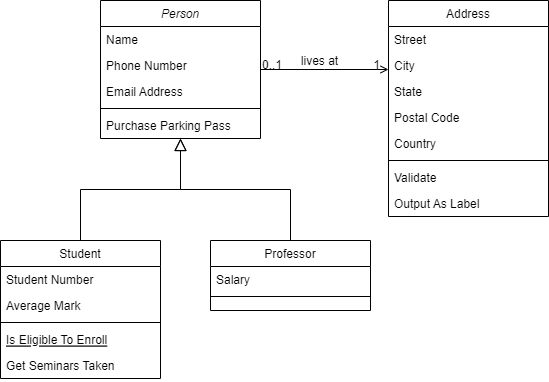
This is WishClassdiagram.png from Fluttendut/WishProject, a draw.io export, as it was before one commit. Source tidied: cells renumbered, new cells last; positions are measured from the earlier drawing's top-left corner, leaving out a move shared by most shapes. The source it was exported from:
```xml
<mxGraphModel>
  <root>
    <mxCell id="0" />
    <mxCell id="1" parent="0" />
    <mxCell id="2" value="Person" style="swimlane;fontStyle=2;align=center;verticalAlign=top;horizontal=1;startSize=26;rounded=0;shadow=0;strokeWidth=1;" parent="1" vertex="1">
      <mxGeometry x="100" width="160" height="138" as="geometry" />
    </mxCell>
    <mxCell id="3" value="Name" style="text;align=left;verticalAlign=top;spacingLeft=4;spacingRight=4;overflow=hidden;" parent="2" vertex="1">
      <mxGeometry y="26" width="160" height="26" as="geometry" />
    </mxCell>
    <mxCell id="4" value="Phone Number" style="text;align=left;verticalAlign=top;spacingLeft=4;spacingRight=4;overflow=hidden;rounded=0;shadow=0;html=0;" parent="2" vertex="1">
      <mxGeometry y="52" width="160" height="26" as="geometry" />
    </mxCell>
    <mxCell id="5" value="Email Address" style="text;align=left;verticalAlign=top;spacingLeft=4;spacingRight=4;overflow=hidden;rounded=0;shadow=0;html=0;" parent="2" vertex="1">
      <mxGeometry y="78" width="160" height="26" as="geometry" />
    </mxCell>
    <mxCell id="6" style="line;html=1;strokeWidth=1;align=left;verticalAlign=middle;spacingTop=-1;spacingLeft=3;spacingRight=3;labelPosition=right;" parent="2" vertex="1">
      <mxGeometry y="104" width="160" height="8" as="geometry" />
    </mxCell>
    <mxCell id="7" value="Purchase Parking Pass" style="text;align=left;verticalAlign=top;spacingLeft=4;spacingRight=4;overflow=hidden;" parent="2" vertex="1">
      <mxGeometry y="112" width="160" height="26" as="geometry" />
    </mxCell>
    <mxCell id="8" value="Student" style="swimlane;fontStyle=0;align=center;verticalAlign=top;horizontal=1;startSize=26;rounded=0;shadow=0;strokeWidth=1;" parent="1" vertex="1">
      <mxGeometry y="240" width="160" height="138" as="geometry" />
    </mxCell>
    <mxCell id="9" value="Student Number" style="text;align=left;verticalAlign=top;spacingLeft=4;spacingRight=4;overflow=hidden;" parent="8" vertex="1">
      <mxGeometry y="26" width="160" height="26" as="geometry" />
    </mxCell>
    <mxCell id="10" value="Average Mark" style="text;align=left;verticalAlign=top;spacingLeft=4;spacingRight=4;overflow=hidden;rounded=0;shadow=0;html=0;" parent="8" vertex="1">
      <mxGeometry y="52" width="160" height="26" as="geometry" />
    </mxCell>
    <mxCell id="11" style="line;html=1;strokeWidth=1;align=left;verticalAlign=middle;spacingTop=-1;spacingLeft=3;spacingRight=3;labelPosition=right;" parent="8" vertex="1">
      <mxGeometry y="78" width="160" height="8" as="geometry" />
    </mxCell>
    <mxCell id="12" value="Is Eligible To Enroll" style="text;align=left;verticalAlign=top;spacingLeft=4;spacingRight=4;overflow=hidden;fontStyle=4;" parent="8" vertex="1">
      <mxGeometry y="86" width="160" height="26" as="geometry" />
    </mxCell>
    <mxCell id="13" value="Get Seminars Taken" style="text;align=left;verticalAlign=top;spacingLeft=4;spacingRight=4;overflow=hidden;" parent="8" vertex="1">
      <mxGeometry y="112" width="160" height="26" as="geometry" />
    </mxCell>
    <mxCell id="14" style="endArrow=block;endSize=10;endFill=0;shadow=0;strokeWidth=1;rounded=0;edgeStyle=elbowEdgeStyle;elbow=vertical;" parent="1" edge="1" source="8" target="2">
      <mxGeometry relative="1" as="geometry" />
    </mxCell>
    <mxCell id="15" value="Professor" style="swimlane;fontStyle=0;align=center;verticalAlign=top;horizontal=1;startSize=26;rounded=0;shadow=0;strokeWidth=1;" parent="1" vertex="1">
      <mxGeometry x="210" y="240" width="160" height="70" as="geometry" />
    </mxCell>
    <mxCell id="16" value="Salary" style="text;align=left;verticalAlign=top;spacingLeft=4;spacingRight=4;overflow=hidden;" parent="15" vertex="1">
      <mxGeometry y="26" width="160" height="26" as="geometry" />
    </mxCell>
    <mxCell id="17" style="line;html=1;strokeWidth=1;align=left;verticalAlign=middle;spacingTop=-1;spacingLeft=3;spacingRight=3;labelPosition=right;" parent="15" vertex="1">
      <mxGeometry y="52" width="160" height="8" as="geometry" />
    </mxCell>
    <mxCell id="18" style="endArrow=block;endSize=10;endFill=0;shadow=0;strokeWidth=1;rounded=0;edgeStyle=elbowEdgeStyle;elbow=vertical;" parent="1" edge="1" source="15" target="2">
      <mxGeometry relative="1" as="geometry" />
    </mxCell>
    <mxCell id="19" value="Address" style="swimlane;fontStyle=0;align=center;verticalAlign=top;horizontal=1;startSize=26;rounded=0;shadow=0;strokeWidth=1;" parent="1" vertex="1">
      <mxGeometry x="388" width="160" height="216" as="geometry" />
    </mxCell>
    <mxCell id="20" value="Street" style="text;align=left;verticalAlign=top;spacingLeft=4;spacingRight=4;overflow=hidden;" parent="19" vertex="1">
      <mxGeometry y="26" width="160" height="26" as="geometry" />
    </mxCell>
    <mxCell id="21" value="City" style="text;align=left;verticalAlign=top;spacingLeft=4;spacingRight=4;overflow=hidden;rounded=0;shadow=0;html=0;" parent="19" vertex="1">
      <mxGeometry y="52" width="160" height="26" as="geometry" />
    </mxCell>
    <mxCell id="22" value="State" style="text;align=left;verticalAlign=top;spacingLeft=4;spacingRight=4;overflow=hidden;rounded=0;shadow=0;html=0;" parent="19" vertex="1">
      <mxGeometry y="78" width="160" height="26" as="geometry" />
    </mxCell>
    <mxCell id="23" value="Postal Code" style="text;align=left;verticalAlign=top;spacingLeft=4;spacingRight=4;overflow=hidden;rounded=0;shadow=0;html=0;" parent="19" vertex="1">
      <mxGeometry y="104" width="160" height="26" as="geometry" />
    </mxCell>
    <mxCell id="24" value="Country" style="text;align=left;verticalAlign=top;spacingLeft=4;spacingRight=4;overflow=hidden;rounded=0;shadow=0;html=0;" parent="19" vertex="1">
      <mxGeometry y="130" width="160" height="26" as="geometry" />
    </mxCell>
    <mxCell id="25" style="line;html=1;strokeWidth=1;align=left;verticalAlign=middle;spacingTop=-1;spacingLeft=3;spacingRight=3;labelPosition=right;" parent="19" vertex="1">
      <mxGeometry y="156" width="160" height="8" as="geometry" />
    </mxCell>
    <mxCell id="26" value="Validate" style="text;align=left;verticalAlign=top;spacingLeft=4;spacingRight=4;overflow=hidden;" parent="19" vertex="1">
      <mxGeometry y="164" width="160" height="26" as="geometry" />
    </mxCell>
    <mxCell id="27" value="Output As Label" style="text;align=left;verticalAlign=top;spacingLeft=4;spacingRight=4;overflow=hidden;" parent="19" vertex="1">
      <mxGeometry y="190" width="160" height="26" as="geometry" />
    </mxCell>
    <mxCell id="28" style="endArrow=open;shadow=0;strokeWidth=1;rounded=0;endFill=1;edgeStyle=elbowEdgeStyle;elbow=vertical;" parent="1" edge="1" source="2" target="19">
      <mxGeometry x="0.5" y="41" relative="1" as="geometry">
        <mxPoint x="-40" y="32" as="offset" />
      </mxGeometry>
    </mxCell>
    <mxCell id="29" value="0..1" style="align=left;verticalAlign=bottom;labelBackgroundColor=none;fontSize=12;" parent="28" vertex="1">
      <mxGeometry x="-1" relative="1" as="geometry">
        <mxPoint y="4" as="offset" />
      </mxGeometry>
    </mxCell>
    <mxCell id="30" value="1" style="align=right;verticalAlign=bottom;labelBackgroundColor=none;fontSize=12;" parent="28" vertex="1">
      <mxGeometry x="1" relative="1" as="geometry">
        <mxPoint x="-7" y="4" as="offset" />
      </mxGeometry>
    </mxCell>
    <mxCell id="31" value="lives at" style="text;html=1;align=center;verticalAlign=middle;labelBackgroundColor=none;rounded=0;shadow=0;strokeWidth=1;fontSize=12;" parent="28" vertex="1">
      <mxGeometry x="0.5" y="49" relative="1" as="geometry">
        <mxPoint x="-38" y="40" as="offset" />
      </mxGeometry>
    </mxCell>
  </root>
</mxGraphModel>
```
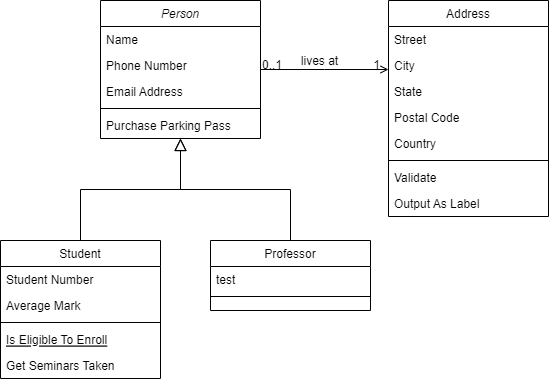
Above is the later version.

Change to the diagram source:
```diff
@@ -44,7 +44,7 @@
     <mxCell id="15" value="Professor" style="swimlane;fontStyle=0;align=center;verticalAlign=top;horizontal=1;startSize=26;rounded=0;shadow=0;strokeWidth=1;" parent="1" vertex="1">
       <mxGeometry x="210" y="240" width="160" height="70" as="geometry" />
     </mxCell>
-    <mxCell id="16" value="Salary" style="text;align=left;verticalAlign=top;spacingLeft=4;spacingRight=4;overflow=hidden;" parent="15" vertex="1">
+    <mxCell id="16" value="test" style="text;align=left;verticalAlign=top;spacingLeft=4;spacingRight=4;overflow=hidden;" parent="15" vertex="1">
       <mxGeometry y="26" width="160" height="26" as="geometry" />
     </mxCell>
     <mxCell id="17" style="line;html=1;strokeWidth=1;align=left;verticalAlign=middle;spacingTop=-1;spacingLeft=3;spacingRight=3;labelPosition=right;" parent="15" vertex="1">
```
